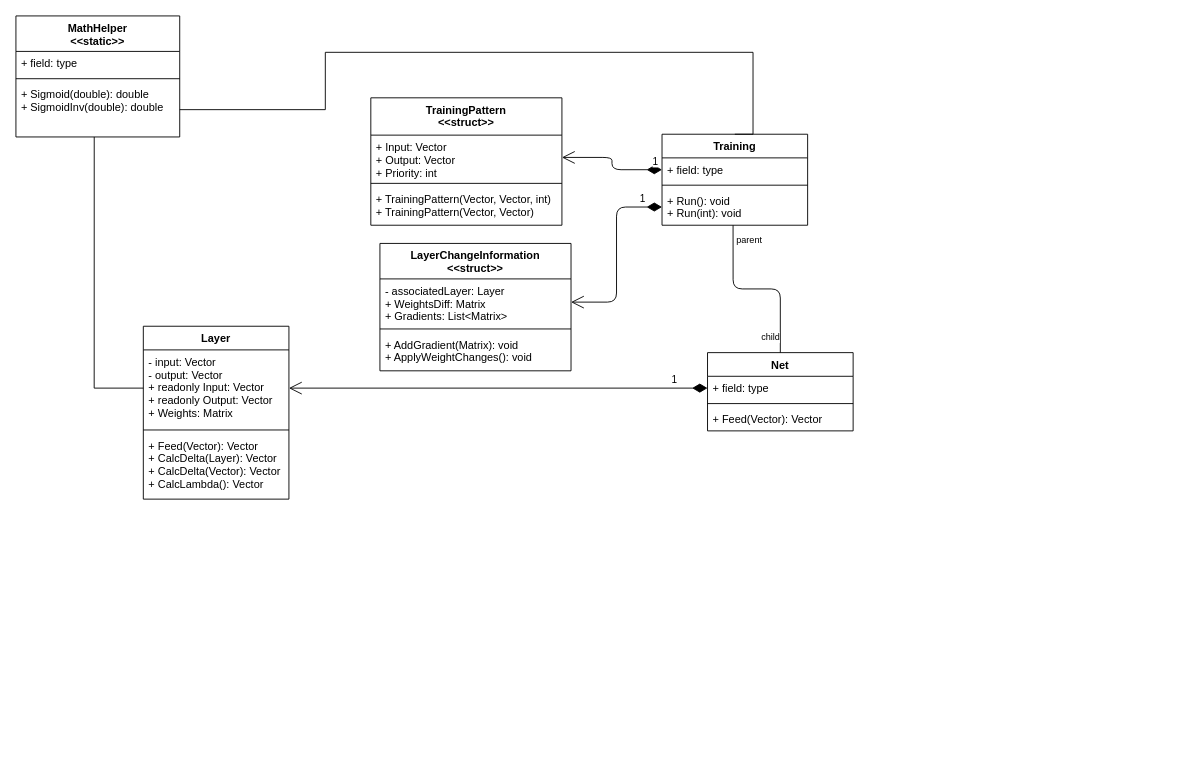
Voelker-JR/NeuralNetworks keeps this draw.io diagram as MainDiagram.drawio. Above is the earlier version. Source tidied: cells renumbered, new cells numbered last; positions are measured from the earlier drawing's top-left corner, leaving out a move shared by most shapes. Both pictures are drawn from the tidied source at 91%, with x=0, y=0 at pixel (15, 15).
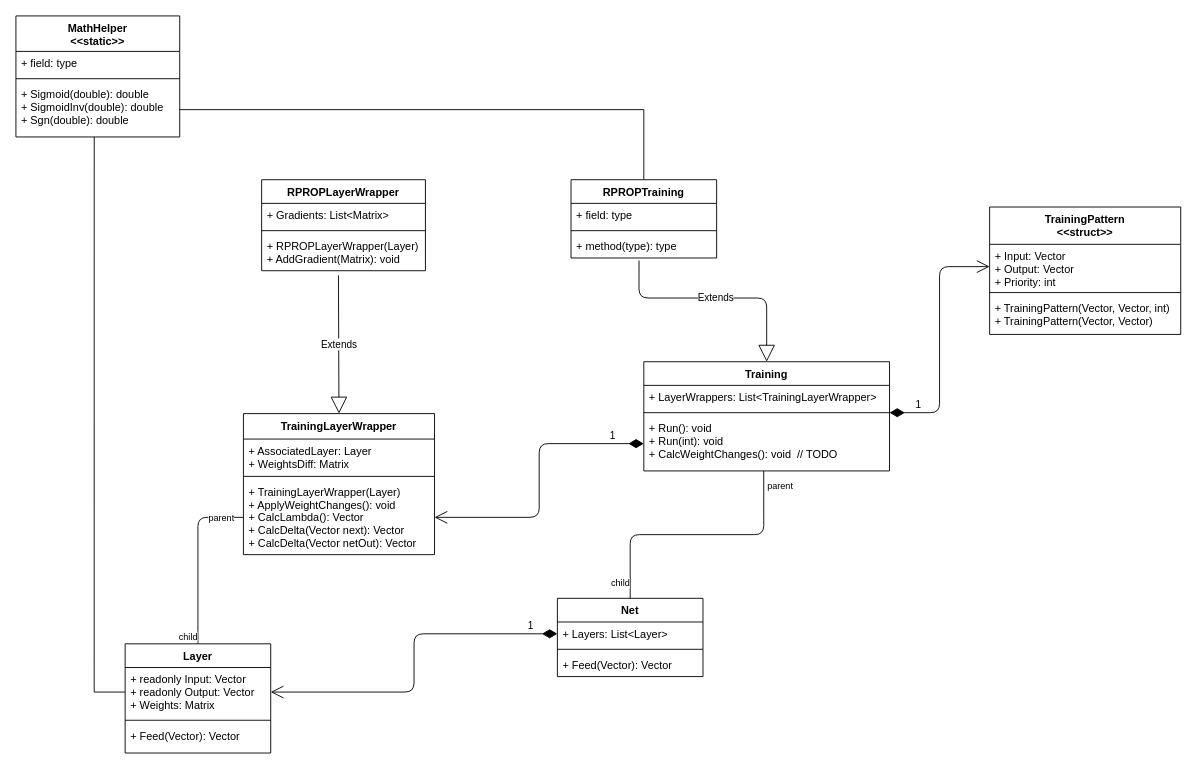
Above is the later version.

The change refers to these unchanged cells:
```xml
<mxCell id="19" value="+ Input: Vector&#10;+ Output: Vector&#10;+ Priority: int" style="text;strokeColor=none;fillColor=none;align=left;verticalAlign=top;spacingLeft=4;spacingRight=4;overflow=hidden;points=[[0,0.5],[1,0.5]];portConstraint=eastwest;" parent="18" vertex="1">
  <mxGeometry y="41" width="210" height="49" as="geometry" />
</mxCell>
<mxCell id="23" value="MathHelper&#10;&lt;&lt;static&gt;&gt;" style="swimlane;fontStyle=1;align=center;verticalAlign=top;horizontal=1;startSize=39;" parent="1" vertex="1">
  <mxGeometry width="180" height="133" as="geometry" />
</mxCell>
```

Diff of the diagram source:
```diff
@@
     <mxCell id="2" value="Layer" style="swimlane;fontStyle=1;align=center;verticalAlign=top;horizontal=1;startSize=26;" parent="1" vertex="1">
-      <mxGeometry x="140" y="341" width="160" height="190" as="geometry" />
+      <mxGeometry x="120" y="690" width="160" height="120" as="geometry" />
     </mxCell>
-    <mxCell id="3" value="- input: Vector&#10;- output: Vector&#10;+ readonly Input: Vector&#10;+ readonly Output: Vector&#10;+ Weights: Matrix" style="text;strokeColor=none;fillColor=none;align=left;verticalAlign=top;spacingLeft=4;spacingRight=4;overflow=hidden;points=[[0,0.5],[1,0.5]];portConstraint=eastwest;" parent="2" vertex="1">
-      <mxGeometry y="26" width="160" height="84" as="geometry" />
+    <mxCell id="3" value="+ readonly Input: Vector&#10;+ readonly Output: Vector&#10;+ Weights: Matrix" style="text;strokeColor=none;fillColor=none;align=left;verticalAlign=top;spacingLeft=4;spacingRight=4;overflow=hidden;points=[[0,0.5],[1,0.5]];portConstraint=eastwest;" parent="2" vertex="1">
+      <mxGeometry y="26" width="160" height="54" as="geometry" />
     </mxCell>
     <mxCell id="4" style="line;strokeWidth=1;fillColor=none;align=left;verticalAlign=middle;spacingTop=-1;spacingLeft=3;spacingRight=3;labelPosition=right;" parent="2" vertex="1">
-      <mxGeometry y="110" width="160" height="8" as="geometry" />
+      <mxGeometry y="80" width="160" height="8" as="geometry" />
     </mxCell>
-    <mxCell id="5" value="+ Feed(Vector): Vector&#10;+ CalcDelta(Layer): Vector&#10;+ CalcDelta(Vector): Vector&#10;+ CalcLambda(): Vector" style="text;strokeColor=none;fillColor=none;align=left;verticalAlign=top;spacingLeft=4;spacingRight=4;overflow=hidden;" parent="2" vertex="1">
-      <mxGeometry y="118" width="160" height="72" as="geometry" />
+    <mxCell id="5" value="+ Feed(Vector): Vector" style="text;strokeColor=none;fillColor=none;align=left;verticalAlign=top;spacingLeft=4;spacingRight=4;overflow=hidden;" parent="2" vertex="1">
+      <mxGeometry y="88" width="160" height="32" as="geometry" />
     </mxCell>
     <mxCell id="6" value="Net" style="swimlane;fontStyle=1;align=center;verticalAlign=top;horizontal=1;startSize=26;" parent="1" vertex="1">
-      <mxGeometry x="760" y="370" width="160" height="86" as="geometry" />
+      <mxGeometry x="595" y="640" width="160" height="86" as="geometry" />
     </mxCell>
-    <mxCell id="7" value="+ field: type" style="text;strokeColor=none;fillColor=none;align=left;verticalAlign=top;spacingLeft=4;spacingRight=4;overflow=hidden;points=[[0,0.5],[1,0.5]];portConstraint=eastwest;" parent="6" vertex="1">
+    <mxCell id="7" value="+ Layers: List&lt;Layer&gt;" style="text;strokeColor=none;fillColor=none;align=left;verticalAlign=top;spacingLeft=4;spacingRight=4;overflow=hidden;points=[[0,0.5],[1,0.5]];portConstraint=eastwest;" parent="6" vertex="1">
       <mxGeometry y="26" width="160" height="26" as="geometry" />
     </mxCell>
@@
     <mxCell id="11" value="Training" style="swimlane;fontStyle=1;align=center;verticalAlign=top;horizontal=1;startSize=26;" parent="1" vertex="1">
-      <mxGeometry x="710" y="130" width="160" height="100" as="geometry" />
+      <mxGeometry x="690" y="380" width="270" height="120" as="geometry" />
     </mxCell>
-    <mxCell id="12" value="+ field: type" style="text;strokeColor=none;fillColor=none;align=left;verticalAlign=top;spacingLeft=4;spacingRight=4;overflow=hidden;points=[[0,0.5],[1,0.5]];portConstraint=eastwest;" parent="11" vertex="1">
-      <mxGeometry y="26" width="160" height="26" as="geometry" />
+    <mxCell id="12" value="+ LayerWrappers: List&lt;TrainingLayerWrapper&gt;" style="text;strokeColor=none;fillColor=none;align=left;verticalAlign=top;spacingLeft=4;spacingRight=4;overflow=hidden;points=[[0,0.5],[1,0.5]];portConstraint=eastwest;" parent="11" vertex="1">
+      <mxGeometry y="26" width="270" height="26" as="geometry" />
     </mxCell>
     <mxCell id="13" style="line;strokeWidth=1;fillColor=none;align=left;verticalAlign=middle;spacingTop=-1;spacingLeft=3;spacingRight=3;labelPosition=right;" parent="11" vertex="1">
-      <mxGeometry y="52" width="160" height="8" as="geometry" />
+      <mxGeometry y="52" width="270" height="8" as="geometry" />
     </mxCell>
-    <mxCell id="14" value="+ Run(): void&#10;+ Run(int): void" style="text;strokeColor=none;fillColor=none;align=left;verticalAlign=top;spacingLeft=4;spacingRight=4;overflow=hidden;points=[[0,0.5],[1,0.5]];portConstraint=eastwest;" parent="11" vertex="1">
-      <mxGeometry y="60" width="160" height="40" as="geometry" />
+    <mxCell id="14" value="+ Run(): void&#10;+ Run(int): void&#10;+ CalcWeightChanges(): void  // TODO" style="text;strokeColor=none;fillColor=none;align=left;verticalAlign=top;spacingLeft=4;spacingRight=4;overflow=hidden;points=[[0,0.5],[1,0.5]];portConstraint=eastwest;" parent="11" vertex="1">
+      <mxGeometry y="60" width="270" height="60" as="geometry" />
     </mxCell>
@@
     <mxCell id="18" value="TrainingPattern&#10;&lt;&lt;struct&gt;&gt;" style="swimlane;fontStyle=1;align=center;verticalAlign=top;horizontal=1;startSize=41;" parent="1" vertex="1">
-      <mxGeometry x="390" y="90" width="210" height="140" as="geometry" />
+      <mxGeometry x="1070" y="210" width="210" height="140" as="geometry" />
     </mxCell>
@@
-    <mxCell id="22" value="1" style="endArrow=open;html=1;endSize=12;startArrow=diamondThin;startSize=14;startFill=1;edgeStyle=orthogonalEdgeStyle;align=left;verticalAlign=bottom;exitX=0;exitY=0.5;exitDx=0;exitDy=0;entryX=1;entryY=0.5;entryDx=0;entryDy=0;" parent="1" edge="1" source="12" target="19">
+    <mxCell id="22" value="1" style="endArrow=open;html=1;endSize=12;startArrow=diamondThin;startSize=14;startFill=1;edgeStyle=orthogonalEdgeStyle;align=left;verticalAlign=bottom;exitX=1;exitY=1.154;exitDx=0;exitDy=0;entryX=0;entryY=0.5;entryDx=0;entryDy=0;exitPerimeter=0;" parent="1" edge="1" source="12" target="19">
       <mxGeometry x="-0.8" relative="1" as="geometry" />
     </mxCell>
@@
-    <mxCell id="26" value="+ Sigmoid(double): double&#10;+ SigmoidInv(double): double" style="text;strokeColor=none;fillColor=none;align=left;verticalAlign=top;spacingLeft=4;spacingRight=4;overflow=hidden;points=[[0,0.5],[1,0.5]];portConstraint=eastwest;" parent="23" vertex="1">
+    <mxCell id="26" value="+ Sigmoid(double): double&#10;+ SigmoidInv(double): double&#10;+ Sgn(double): double" style="text;strokeColor=none;fillColor=none;align=left;verticalAlign=top;spacingLeft=4;spacingRight=4;overflow=hidden;points=[[0,0.5],[1,0.5]];portConstraint=eastwest;" parent="23" vertex="1">
       <mxGeometry y="73" width="180" height="60" as="geometry" />
     </mxCell>
@@
-    <mxCell id="28" style="edgeStyle=orthogonalEdgeStyle;rounded=0;jettySize=auto;html=1;exitX=1;exitY=0.5;exitDx=0;exitDy=0;entryX=0.5;entryY=0;entryDx=0;entryDy=0;endArrow=none;endFill=0;" parent="1" edge="1" source="26" target="11">
-      <mxGeometry relative="1" as="geometry">
-        <Array as="points">
-          <mxPoint x="340" y="103" />
-          <mxPoint x="340" y="40" />
-          <mxPoint x="810" y="40" />
-        </Array>
-      </mxGeometry>
+    <mxCell id="28" style="rounded=0;jettySize=auto;html=1;exitX=1;exitY=0.5;exitDx=0;exitDy=0;entryX=0.5;entryY=0;entryDx=0;entryDy=0;endArrow=none;endFill=0;edgeStyle=orthogonalEdgeStyle;elbow=vertical;" parent="1" edge="1" source="26" target="42">
+      <mxGeometry relative="1" as="geometry" />
     </mxCell>
-    <mxCell id="29" value="LayerChangeInformation&#10;&lt;&lt;struct&gt;&gt;" style="swimlane;fontStyle=1;align=center;verticalAlign=top;horizontal=1;startSize=39;" parent="1" vertex="1">
-      <mxGeometry x="400" y="250" width="210" height="140" as="geometry" />
+    <mxCell id="29" value="TrainingLayerWrapper" style="swimlane;fontStyle=1;align=center;verticalAlign=top;horizontal=1;startSize=28;" parent="1" vertex="1">
+      <mxGeometry x="250" y="437" width="210" height="155" as="geometry" />
     </mxCell>
-    <mxCell id="30" value="- associatedLayer: Layer&#10;+ WeightsDiff: Matrix&#10;+ Gradients: List&lt;Matrix&gt;" style="text;strokeColor=none;fillColor=none;align=left;verticalAlign=top;spacingLeft=4;spacingRight=4;overflow=hidden;points=[[0,0.5],[1,0.5]];portConstraint=eastwest;" parent="29" vertex="1">
-      <mxGeometry y="39" width="210" height="51" as="geometry" />
+    <mxCell id="30" value="+ AssociatedLayer: Layer&#10;+ WeightsDiff: Matrix" style="text;strokeColor=none;fillColor=none;align=left;verticalAlign=top;spacingLeft=4;spacingRight=4;overflow=hidden;points=[[0,0.5],[1,0.5]];portConstraint=eastwest;" parent="29" vertex="1">
+      <mxGeometry y="28" width="210" height="37" as="geometry" />
     </mxCell>
     <mxCell id="31" style="line;strokeWidth=1;fillColor=none;align=left;verticalAlign=middle;spacingTop=-1;spacingLeft=3;spacingRight=3;labelPosition=right;" parent="29" vertex="1">
-      <mxGeometry y="90" width="210" height="8" as="geometry" />
+      <mxGeometry y="65" width="210" height="8" as="geometry" />
     </mxCell>
-    <mxCell id="32" value="+ AddGradient(Matrix): void&#10;+ ApplyWeightChanges(): void" style="text;strokeColor=none;fillColor=none;align=left;verticalAlign=top;spacingLeft=4;spacingRight=4;overflow=hidden;points=[[0,0.5],[1,0.5]];portConstraint=eastwest;" parent="29" vertex="1">
-      <mxGeometry y="98" width="210" height="42" as="geometry" />
+    <mxCell id="32" value="+ TrainingLayerWrapper(Layer)&#10;+ ApplyWeightChanges(): void&#10;+ CalcLambda(): Vector&#10;+ CalcDelta(Vector next): Vector&#10;+ CalcDelta(Vector netOut): Vector" style="text;strokeColor=none;fillColor=none;align=left;verticalAlign=top;spacingLeft=4;spacingRight=4;overflow=hidden;points=[[0,0.5],[1,0.5]];portConstraint=eastwest;" parent="29" vertex="1">
+      <mxGeometry y="73" width="210" height="82" as="geometry" />
     </mxCell>
-    <mxCell id="33" value="1" style="endArrow=open;html=1;endSize=12;startArrow=diamondThin;startSize=14;startFill=1;edgeStyle=orthogonalEdgeStyle;align=left;verticalAlign=bottom;exitX=0;exitY=0.5;exitDx=0;exitDy=0;entryX=1;entryY=0.5;entryDx=0;entryDy=0;" parent="1" edge="1" source="14" target="30">
+    <mxCell id="33" value="1" style="endArrow=open;html=1;endSize=12;startArrow=diamondThin;startSize=14;startFill=1;edgeStyle=orthogonalEdgeStyle;align=left;verticalAlign=bottom;exitX=0;exitY=0.5;exitDx=0;exitDy=0;entryX=1;entryY=0.5;entryDx=0;entryDy=0;" parent="1" edge="1" source="14" target="32">
       <mxGeometry x="-0.75" relative="1" as="geometry" />
     </mxCell>
+    <mxCell id="34" style="endArrow=none;html=1;edgeStyle=orthogonalEdgeStyle;entryX=0.5;entryY=0;entryDx=0;entryDy=0;exitX=0;exitY=0.5;exitDx=0;exitDy=0;" parent="1" edge="1" source="32" target="2">
+      <mxGeometry relative="1" as="geometry" />
+    </mxCell>
+    <mxCell id="35" value="parent" style="html=1;align=left;verticalAlign=bottom;labelBackgroundColor=#ffffff;fontSize=10;" parent="34" vertex="1">
+      <mxGeometry x="-1" relative="1" as="geometry">
+        <mxPoint x="-40" y="9" as="offset" />
+      </mxGeometry>
+    </mxCell>
+    <mxCell id="36" value="child" style="html=1;align=right;verticalAlign=bottom;labelBackgroundColor=#ffffff;fontSize=10;" parent="34" vertex="1">
+      <mxGeometry x="1" relative="1" as="geometry" />
+    </mxCell>
+    <mxCell id="37" value="RPROPLayerWrapper" style="swimlane;fontStyle=1;align=center;verticalAlign=top;horizontal=1;startSize=26;" parent="1" vertex="1">
+      <mxGeometry x="270" y="180" width="180" height="100" as="geometry" />
+    </mxCell>
+    <mxCell id="38" value="+ Gradients: List&lt;Matrix&gt;" style="text;strokeColor=none;fillColor=none;align=left;verticalAlign=top;spacingLeft=4;spacingRight=4;overflow=hidden;" parent="37" vertex="1">
+      <mxGeometry y="26" width="180" height="26" as="geometry" />
+    </mxCell>
+    <mxCell id="39" style="line;strokeWidth=1;fillColor=none;align=left;verticalAlign=middle;spacingTop=-1;spacingLeft=3;spacingRight=3;labelPosition=right;" parent="37" vertex="1">
+      <mxGeometry y="52" width="180" height="8" as="geometry" />
+    </mxCell>
+    <mxCell id="40" value="+ RPROPLayerWrapper(Layer)&#10;+ AddGradient(Matrix): void" style="text;strokeColor=none;fillColor=none;align=left;verticalAlign=top;spacingLeft=4;spacingRight=4;overflow=hidden;points=[[0,0.5],[1,0.5]];portConstraint=eastwest;" parent="37" vertex="1">
+      <mxGeometry y="60" width="180" height="40" as="geometry" />
+    </mxCell>
+    <mxCell id="41" value="Extends" style="endArrow=block;endSize=16;endFill=0;html=1;exitX=0.469;exitY=1.128;exitDx=0;exitDy=0;exitPerimeter=0;entryX=0.5;entryY=0;entryDx=0;entryDy=0;" parent="1" edge="1" source="40" target="29">
+      <mxGeometry relative="1" as="geometry" />
+    </mxCell>
+    <mxCell id="42" value="RPROPTraining&#10;" style="swimlane;fontStyle=1;align=center;verticalAlign=top;horizontal=1;startSize=26;" parent="1" vertex="1">
+      <mxGeometry x="610" y="180" width="160" height="86" as="geometry" />
+    </mxCell>
+    <mxCell id="43" value="+ field: type" style="text;strokeColor=none;fillColor=none;align=left;verticalAlign=top;spacingLeft=4;spacingRight=4;overflow=hidden;" parent="42" vertex="1">
+      <mxGeometry y="26" width="160" height="26" as="geometry" />
+    </mxCell>
+    <mxCell id="44" style="line;strokeWidth=1;fillColor=none;align=left;verticalAlign=middle;spacingTop=-1;spacingLeft=3;spacingRight=3;labelPosition=right;" parent="42" vertex="1">
+      <mxGeometry y="52" width="160" height="8" as="geometry" />
+    </mxCell>
+    <mxCell id="45" value="+ method(type): type" style="text;strokeColor=none;fillColor=none;align=left;verticalAlign=top;spacingLeft=4;spacingRight=4;overflow=hidden;points=[[0,0.5],[1,0.5]];portConstraint=eastwest;" parent="42" vertex="1">
+      <mxGeometry y="60" width="160" height="26" as="geometry" />
+    </mxCell>
+    <mxCell id="46" value="Extends" style="endArrow=block;endSize=16;endFill=0;html=1;exitX=0.467;exitY=1.103;exitDx=0;exitDy=0;exitPerimeter=0;entryX=0.5;entryY=0;entryDx=0;entryDy=0;edgeStyle=orthogonalEdgeStyle;" parent="1" edge="1" source="45" target="11">
+      <mxGeometry relative="1" as="geometry">
+        <Array as="points">
+          <mxPoint x="685" y="310" />
+          <mxPoint x="825" y="310" />
+        </Array>
+      </mxGeometry>
+    </mxCell>
```
